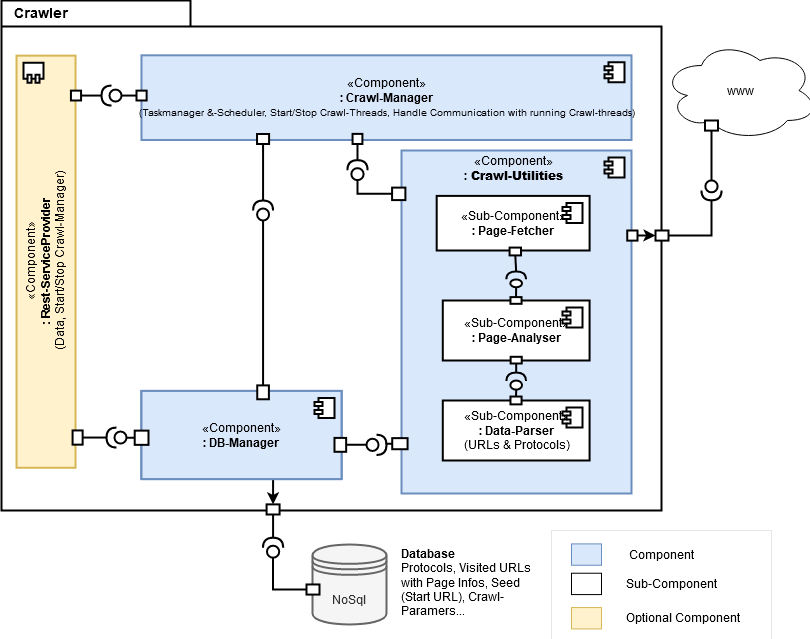
Earlier version of the draw.io export main_document/images/02-Crawler/Crawler-Component-Diagram.png (Sentiments-of-Bundestag/Dokumentation). Source tidied: cells renumbered, new cells last; positions are measured from the earlier drawing's top-left corner, leaving out a move shared by most shapes.
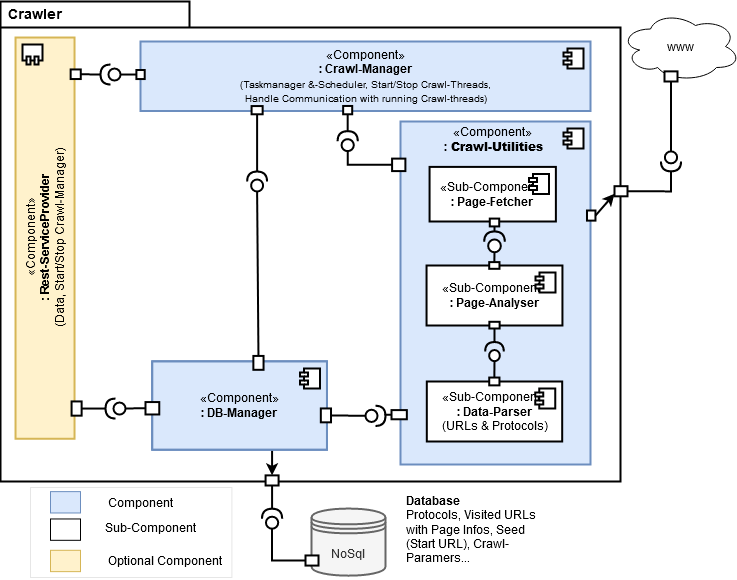
The same diagram one commit later.

The edit, as a diff of the source:
```diff
@@ -5,20 +5,17 @@
     <mxCell id="2" style="group;" parent="1" vertex="1">
       <mxGeometry x="162" y="2" width="923" height="749" as="geometry" />
     </mxCell>
-    <mxCell id="3" value="www" style="ellipse;shape=cloud;whiteSpace=wrap;html=1;" parent="2" vertex="1">
-      <mxGeometry x="661" y="40" width="156" height="100" as="geometry" />
-    </mxCell>
     <mxCell id="4" style="group;strokeWidth=2;" parent="2" vertex="1">
       <mxGeometry width="810" height="749" as="geometry" />
     </mxCell>
     <mxCell id="5" style="shape=folder;fontStyle=1;spacingTop=10;tabWidth=189;tabHeight=26;tabPosition=left;html=1;strokeWidth=2;" parent="4" vertex="1">
-      <mxGeometry width="660" height="510" as="geometry" />
+      <mxGeometry y="30" width="620" height="480" as="geometry" />
     </mxCell>
     <mxCell id="6" value="&lt;font style=&quot;font-size: 14px&quot;&gt;&lt;b&gt;Crawler&lt;/b&gt;&lt;/font&gt;" style="text;html=1;strokeWidth=2;" parent="4" vertex="1">
-      <mxGeometry x="11.4" y="-2" width="98.6" height="23.8" as="geometry" />
+      <mxGeometry x="6.4" y="28" width="98.6" height="23.8" as="geometry" />
     </mxCell>
-    <mxCell id="7" value="«Component»&lt;br&gt;&lt;div&gt;&lt;b&gt;: Crawl-Manager&lt;/b&gt;&lt;b&gt;&lt;br&gt;&lt;/b&gt;&lt;/div&gt;&lt;font style=&quot;font-size: 10px&quot;&gt;(&lt;/font&gt;&lt;font style=&quot;font-size: 10px&quot;&gt;Taskmanager &amp;amp;-Scheduler, Start/Stop Crawl-Threads, Handle Communication with running Crawl-threads)&lt;/font&gt;" style="html=1;fillColor=#dae8fc;strokeColor=#6c8ebf;strokeWidth=2;" parent="4" vertex="1">
-      <mxGeometry x="140" y="54.8" width="490" height="84.7" as="geometry" />
+    <mxCell id="7" value="«Component»&lt;br&gt;&lt;div&gt;&lt;b&gt;: Crawl-Manager&lt;/b&gt;&lt;b&gt;&lt;br&gt;&lt;/b&gt;&lt;/div&gt;&lt;div&gt;&lt;font style=&quot;font-size: 10px&quot;&gt;(&lt;/font&gt;&lt;font style=&quot;font-size: 10px&quot;&gt;Taskmanager &amp;amp;-Scheduler, Start/Stop Crawl-Threads, &lt;br&gt;&lt;/font&gt;&lt;/div&gt;&lt;div&gt;&lt;font style=&quot;font-size: 10px&quot;&gt;Handle Communication with running Crawl-threads)&lt;/font&gt;&lt;/div&gt;" style="html=1;fillColor=#dae8fc;strokeColor=#6c8ebf;strokeWidth=2;" parent="4" vertex="1">
+      <mxGeometry x="140" y="70" width="450" height="69.5" as="geometry" />
     </mxCell>
     <mxCell id="8" style="shape=component;jettyWidth=8;jettyHeight=4;strokeWidth=2;" parent="7" vertex="1">
       <mxGeometry x="1" width="20" height="20" relative="1" as="geometry">
@@ -26,16 +23,16 @@
       </mxGeometry>
     </mxCell>
     <mxCell id="9" style="rounded=0;whiteSpace=wrap;html=1;rotation=180;strokeWidth=2;" parent="7" vertex="1">
-      <mxGeometry x="211.1" y="78.6" width="9.8" height="10.1" as="geometry" />
+      <mxGeometry x="202.7" y="64.5" width="9" height="8.3" as="geometry" />
     </mxCell>
     <mxCell id="10" style="rounded=0;whiteSpace=wrap;html=1;rotation=90;strokeWidth=2;" parent="7" vertex="1">
-      <mxGeometry x="-4.8" y="35.2" width="9.8" height="10.1" as="geometry" />
+      <mxGeometry x="-4.5" y="28.9" width="9" height="8.3" as="geometry" />
     </mxCell>
     <mxCell id="11" style="rounded=0;whiteSpace=wrap;html=1;rotation=180;strokeWidth=2;" parent="7" vertex="1">
-      <mxGeometry x="115.6" y="78.7" width="12.1" height="10" as="geometry" />
+      <mxGeometry x="111.1" y="64.6" width="11.1" height="8.2" as="geometry" />
     </mxCell>
     <mxCell id="12" style="html=1;strokeColor=#6c8ebf;strokeWidth=2;fillColor=#DAE8FC;" parent="4" vertex="1">
-      <mxGeometry x="400" y="150" width="230" height="343" as="geometry" />
+      <mxGeometry x="400" y="150" width="190" height="343" as="geometry" />
     </mxCell>
     <mxCell id="13" style="shape=component;jettyWidth=8;jettyHeight=4;strokeWidth=2;" parent="12" vertex="1">
       <mxGeometry x="1" width="20" height="20" relative="1" as="geometry">
@@ -43,10 +40,10 @@
       </mxGeometry>
     </mxCell>
     <mxCell id="14" value="&lt;div&gt;«Component»&lt;b&gt;&lt;br&gt;&lt;/b&gt;&lt;/div&gt;&lt;div&gt;&lt;b&gt;:&lt;b&gt; Crawl-Utilities&lt;/b&gt;&lt;/b&gt;&lt;/div&gt;" style="text;html=1;strokeColor=none;fillColor=none;align=center;verticalAlign=middle;whiteSpace=wrap;rounded=0;strokeWidth=2;" parent="12" vertex="1">
-      <mxGeometry x="35.2" y="1.5" width="154.6" height="32.7" as="geometry" />
+      <mxGeometry x="29.1" y="1.5" width="127.7" height="32.7" as="geometry" />
     </mxCell>
     <mxCell id="15" value="«Sub-Component»&lt;br&gt;&lt;div&gt;&lt;b&gt;: Page-Analyser&lt;br&gt;&lt;/b&gt;&lt;/div&gt;" style="html=1;strokeWidth=2;fillColor=#FFFFFF;" parent="12" vertex="1">
-      <mxGeometry x="41.3" y="150" width="146.8" height="60" as="geometry" />
+      <mxGeometry x="26.1" y="144" width="135.9" height="60" as="geometry" />
     </mxCell>
     <mxCell id="16" style="shape=component;jettyWidth=8;jettyHeight=4;strokeWidth=2;" parent="15" vertex="1">
       <mxGeometry x="1" width="20" height="20" relative="1" as="geometry">
@@ -54,13 +51,13 @@
       </mxGeometry>
     </mxCell>
     <mxCell id="17" style="rounded=0;whiteSpace=wrap;html=1;rotation=0;strokeWidth=2;" parent="15" vertex="1">
-      <mxGeometry x="67.7" y="-3.4" width="11.1" height="6.7" as="geometry" />
+      <mxGeometry x="62.7" y="-3.4" width="10.3" height="6.7" as="geometry" />
     </mxCell>
     <mxCell id="18" style="rounded=0;whiteSpace=wrap;html=1;rotation=0;strokeWidth=2;" parent="15" vertex="1">
-      <mxGeometry x="67.8" y="56.3" width="11.1" height="6.7" as="geometry" />
+      <mxGeometry x="62.8" y="56.3" width="10.3" height="6.7" as="geometry" />
     </mxCell>
     <mxCell id="19" style="shape=providedRequiredInterface;html=1;verticalLabelPosition=bottom;rotation=-90;strokeWidth=2;" parent="12" vertex="1">
-      <mxGeometry x="106.8" y="119" width="15.8" height="19.7" as="geometry" />
+      <mxGeometry x="83.6" y="110" width="20.8" height="20.7" as="geometry" />
     </mxCell>
     <mxCell id="20" style="endArrow=none;html=1;entryX=1;entryY=0.5;entryDx=0;entryDy=0;entryPerimeter=0;exitX=0.5;exitY=0;exitDx=0;exitDy=0;strokeWidth=2;" parent="12" edge="1" source="24" target="19">
       <mxGeometry relative="1" as="geometry" />
@@ -69,7 +66,7 @@
       <mxGeometry relative="1" as="geometry" />
     </mxCell>
     <mxCell id="22" value="«Sub-Component»&lt;br&gt;&lt;div&gt;&lt;b&gt;: Page-Fetcher&lt;/b&gt;&lt;br&gt;&lt;/div&gt;" style="html=1;strokeWidth=2;" parent="12" vertex="1">
-      <mxGeometry x="35.2" y="45.4" width="152.9" height="54.6" as="geometry" />
+      <mxGeometry x="29.1" y="45.4" width="126.3" height="54.6" as="geometry" />
     </mxCell>
     <mxCell id="23" style="shape=component;jettyWidth=8;jettyHeight=4;strokeWidth=2;" parent="22" vertex="1">
       <mxGeometry x="1" width="20" height="20" relative="1" as="geometry">
@@ -77,10 +74,10 @@
       </mxGeometry>
     </mxCell>
     <mxCell id="24" style="rounded=0;whiteSpace=wrap;html=1;rotation=-180;strokeWidth=2;" parent="22" vertex="1">
-      <mxGeometry x="72.9" y="51.7" width="11.4" height="7.8" as="geometry" />
+      <mxGeometry x="60.2" y="51.7" width="9.4" height="7.8" as="geometry" />
     </mxCell>
     <mxCell id="25" value="«Sub-Component»&lt;br&gt;&lt;div&gt;&lt;b&gt;: Data-Parser&lt;/b&gt;&lt;/div&gt;&lt;div&gt;(URLs &amp;amp; Protocols)&lt;b&gt;&lt;br&gt;&lt;/b&gt;&lt;/div&gt;" style="html=1;strokeWidth=2;" parent="12" vertex="1">
-      <mxGeometry x="41.3" y="250" width="146.8" height="60" as="geometry" />
+      <mxGeometry x="26.3" y="260" width="135.4" height="60" as="geometry" />
     </mxCell>
     <mxCell id="26" style="shape=component;jettyWidth=8;jettyHeight=4;strokeWidth=2;" parent="25" vertex="1">
       <mxGeometry x="1" width="20" height="20" relative="1" as="geometry">
@@ -88,10 +85,10 @@
       </mxGeometry>
     </mxCell>
     <mxCell id="27" style="rounded=0;whiteSpace=wrap;html=1;rotation=0;strokeWidth=2;" parent="25" vertex="1">
-      <mxGeometry x="67.7" y="-4" width="11.1" height="7.8" as="geometry" />
+      <mxGeometry x="62.4" y="-4" width="10.2" height="7.8" as="geometry" />
     </mxCell>
     <mxCell id="28" style="shape=providedRequiredInterface;html=1;verticalLabelPosition=bottom;rotation=-90;strokeWidth=2;" parent="12" vertex="1">
-      <mxGeometry x="106.1" y="220.7" width="17.1" height="19.7" as="geometry" />
+      <mxGeometry x="84.4" y="220.7" width="19.1" height="18.7" as="geometry" />
     </mxCell>
     <mxCell id="29" style="endArrow=none;html=1;entryX=0;entryY=0.5;entryDx=0;entryDy=0;entryPerimeter=0;strokeWidth=2;exitX=0.5;exitY=0;exitDx=0;exitDy=0;" parent="12" edge="1" source="27" target="28">
       <mxGeometry relative="1" as="geometry" />
@@ -100,10 +97,10 @@
       <mxGeometry relative="1" as="geometry" />
     </mxCell>
     <mxCell id="31" style="rounded=0;whiteSpace=wrap;html=1;rotation=-90;strokeWidth=2;" parent="12" vertex="1">
-      <mxGeometry x="-7.1" y="285.5" width="11.1" height="15.3" as="geometry" />
+      <mxGeometry x="-5.9" y="285.5" width="9.2" height="15.3" as="geometry" />
     </mxCell>
     <mxCell id="32" style="rounded=0;whiteSpace=wrap;html=1;strokeWidth=2;" parent="12" vertex="1">
-      <mxGeometry x="225.8" y="80" width="10.2" height="10.1" as="geometry" />
+      <mxGeometry x="186.5" y="89" width="8.5" height="10.1" as="geometry" />
     </mxCell>
     <mxCell id="33" style="group;strokeWidth=2;" parent="4" vertex="1">
       <mxGeometry x="50" y="617.4" width="73" height="81" as="geometry" />
@@ -130,7 +127,7 @@
       <mxGeometry relative="1" as="geometry" />
     </mxCell>
     <mxCell id="41" style="shape=providedRequiredInterface;html=1;verticalLabelPosition=bottom;rotation=-90;strokeWidth=2;" parent="4" vertex="1">
-      <mxGeometry x="346" y="159.5" width="20" height="20.2" as="geometry" />
+      <mxGeometry x="337.2" y="159.5" width="20" height="20.2" as="geometry" />
     </mxCell>
     <mxCell id="42" style="endArrow=none;html=1;entryX=1;entryY=0.5;entryDx=0;entryDy=0;entryPerimeter=0;exitX=0.5;exitY=0;exitDx=0;exitDy=0;strokeWidth=2;" parent="4" edge="1" source="9" target="41">
       <mxGeometry relative="1" as="geometry" />
@@ -139,25 +136,22 @@
       <mxGeometry relative="1" as="geometry" />
     </mxCell>
     <mxCell id="44" style="shape=providedRequiredInterface;html=1;verticalLabelPosition=bottom;rotation=-90;strokeWidth=2;" parent="4" vertex="1">
-      <mxGeometry x="251.6" y="200" width="20" height="20" as="geometry" />
+      <mxGeometry x="246.6" y="200" width="20" height="20" as="geometry" />
     </mxCell>
     <mxCell id="45" style="endArrow=none;html=1;entryX=0;entryY=0.5;entryDx=0;entryDy=0;entryPerimeter=0;exitX=0.5;exitY=0;exitDx=0;exitDy=0;strokeWidth=2;" parent="4" edge="1" source="75" target="44">
       <mxGeometry relative="1" as="geometry" />
     </mxCell>
     <mxCell id="46" value="&lt;div&gt;&lt;b&gt;Database&lt;/b&gt;&lt;/div&gt;Protocols, Visited URLs with Page Infos, Seed (Start URL), Crawl-Paramers..." style="text;html=1;strokeColor=none;fillColor=none;align=left;verticalAlign=middle;whiteSpace=wrap;rounded=0;strokeWidth=2;" parent="4" vertex="1">
-      <mxGeometry x="398" y="537.1" width="152" height="90" as="geometry" />
+      <mxGeometry x="404.5" y="521.2" width="152" height="72.9" as="geometry" />
     </mxCell>
     <mxCell id="47" value="«Component»&lt;br&gt;&lt;div&gt;&lt;b&gt;: Rest-ServiceProvider&lt;/b&gt;&lt;/div&gt;&lt;div&gt;(Data, Start/Stop Crawl-Manager)&lt;b&gt;&lt;br&gt;&lt;/b&gt;&lt;/div&gt;" style="html=1;fillColor=#fff2cc;strokeWidth=2;rotation=-90;strokeColor=#D6B656;" parent="4" vertex="1">
-      <mxGeometry x="-161.5" y="231.7" width="412.1" height="59" as="geometry" />
+      <mxGeometry x="-156.1" y="237.1" width="401.2" height="59" as="geometry" />
     </mxCell>
     <mxCell id="48" style="shape=component;jettyWidth=8;jettyHeight=4;strokeWidth=2;rotation=-90;" parent="47" vertex="1">
       <mxGeometry x="1" width="20" height="20" relative="1" as="geometry">
         <mxPoint x="-27" y="7" as="offset" />
       </mxGeometry>
     </mxCell>
-    <mxCell id="49" style="rounded=0;whiteSpace=wrap;html=1;rotation=90;strokeWidth=2;" parent="47" vertex="1">
-      <mxGeometry x="231.1" y="-141.7" width="9.8" height="10.1" as="geometry" />
-    </mxCell>
     <mxCell id="50" style="endArrow=none;html=1;entryX=0;entryY=0.5;entryDx=0;entryDy=0;entryPerimeter=0;exitX=0.5;exitY=1;exitDx=0;exitDy=0;edgeStyle=orthogonalEdgeStyle;rounded=0;strokeWidth=2;" parent="4" edge="1" source="77" target="54">
       <mxGeometry relative="1" as="geometry" />
     </mxCell>
@@ -165,10 +159,10 @@
       <mxGeometry relative="1" as="geometry" />
     </mxCell>
     <mxCell id="52" value="NoSql" style="shape=datastore;whiteSpace=wrap;html=1;strokeWidth=2;fillColor=#f5f5f5;strokeColor=#666666;fontColor=#333333;" parent="4" vertex="1">
-      <mxGeometry x="311" y="544.1" width="74" height="80" as="geometry" />
+      <mxGeometry x="311" y="537.1" width="74" height="67.1" as="geometry" />
     </mxCell>
     <mxCell id="53" style="shape=providedRequiredInterface;html=1;verticalLabelPosition=bottom;rotation=-180;strokeWidth=2;" parent="4" vertex="1">
-      <mxGeometry x="100" y="85.1" width="20" height="20" as="geometry" />
+      <mxGeometry x="100" y="93" width="20" height="20" as="geometry" />
     </mxCell>
     <mxCell id="54" style="shape=providedRequiredInterface;html=1;verticalLabelPosition=bottom;rotation=-180;strokeWidth=2;" parent="4" vertex="1">
       <mxGeometry x="105" y="427.1" width="20" height="20" as="geometry" />
@@ -186,29 +180,8 @@
       <mxGeometry relative="1" as="geometry" />
     </mxCell>
     <mxCell id="59" style="shape=providedRequiredInterface;html=1;verticalLabelPosition=bottom;rotation=90;strokeWidth=2;" parent="4" vertex="1">
-      <mxGeometry x="700" y="179.8" width="20" height="20.2" as="geometry" />
+      <mxGeometry x="660.5" y="179.8" width="20" height="20.2" as="geometry" />
     </mxCell>
-    <mxCell id="60" style="rounded=0;whiteSpace=wrap;html=1;fontColor=#333333;fillColor=#FFFFFF;strokeColor=#E6E6E6;" parent="4" vertex="1">
-      <mxGeometry x="550" y="530" width="220" height="110" as="geometry" />
-    </mxCell>
-    <mxCell id="61" style="rounded=0;whiteSpace=wrap;html=1;strokeColor=#6C8EBF;fillColor=#DAE8FC;" parent="4" vertex="1">
-      <mxGeometry x="570" y="543.4" width="30" height="21.3" as="geometry" />
-    </mxCell>
-    <mxCell id="62" style="rounded=0;whiteSpace=wrap;html=1;fillColor=#FFFFFF;" parent="4" vertex="1">
-      <mxGeometry x="570" y="572.7" width="30" height="21.3" as="geometry" />
-    </mxCell>
-    <mxCell id="63" style="rounded=0;whiteSpace=wrap;html=1;fillColor=#FFF2CC;strokeColor=#D6B656;" parent="4" vertex="1">
-      <mxGeometry x="570" y="607.1" width="30" height="21.3" as="geometry" />
-    </mxCell>
-    <mxCell id="64" value="Component" style="text;html=1;strokeColor=none;fillColor=none;align=center;verticalAlign=middle;whiteSpace=wrap;rounded=0;" parent="4" vertex="1">
-      <mxGeometry x="610" y="544.1" width="100" height="20" as="geometry" />
-    </mxCell>
-    <mxCell id="65" value="Sub-Component" style="text;html=1;strokeColor=none;fillColor=none;align=center;verticalAlign=middle;whiteSpace=wrap;rounded=0;" parent="4" vertex="1">
-      <mxGeometry x="620" y="572.7" width="100" height="20" as="geometry" />
-    </mxCell>
-    <mxCell id="66" value="Optional Component" style="text;html=1;strokeColor=none;fillColor=none;align=center;verticalAlign=middle;whiteSpace=wrap;rounded=0;" parent="4" vertex="1">
-      <mxGeometry x="617" y="607.1" width="130" height="20" as="geometry" />
-    </mxCell>
     <mxCell id="67" style="rounded=0;whiteSpace=wrap;html=1;strokeWidth=2;" parent="4" vertex="1">
       <mxGeometry x="305" y="584" width="13" height="10.1" as="geometry" />
     </mxCell>
@@ -219,16 +192,16 @@
       <mxGeometry x="265.8" y="462.1" width="11.7" height="10.1" as="geometry" />
     </mxCell>
     <mxCell id="70" style="rounded=0;whiteSpace=wrap;html=1;rotation=-90;strokeWidth=2;" parent="4" vertex="1">
-      <mxGeometry x="391" y="186.7" width="12.5" height="13.3" as="geometry" />
+      <mxGeometry x="392" y="186.7" width="12.5" height="13.3" as="geometry" />
     </mxCell>
     <mxCell id="71" style="group;strokeWidth=2;fillColor=#DAE8FC;strokeColor=#6c8ebf;" parent="4" vertex="1">
-      <mxGeometry x="140" y="390.4" width="200" height="88.1" as="geometry" />
+      <mxGeometry x="151.8" y="390" width="174.7" height="88.1" as="geometry" />
     </mxCell>
     <mxCell id="72" style="group;strokeWidth=2;fillColor=#dae8fc;strokeColor=#6c8ebf;" parent="71" vertex="1">
-      <mxGeometry width="200" height="88.1" as="geometry" />
+      <mxGeometry width="174.7" height="88.1" as="geometry" />
     </mxCell>
     <mxCell id="73" value="«Component»&lt;br&gt;&lt;b&gt;: DB-Manager&lt;br&gt;&lt;/b&gt;" style="html=1;fillColor=#dae8fc;strokeColor=#6c8ebf;strokeWidth=2;" parent="72" vertex="1">
-      <mxGeometry width="200" height="88.1" as="geometry" />
+      <mxGeometry width="174.7" height="88.1" as="geometry" />
     </mxCell>
     <mxCell id="74" style="shape=component;jettyWidth=8;jettyHeight=4;strokeWidth=2;" parent="73" vertex="1">
       <mxGeometry x="1" width="20" height="20" relative="1" as="geometry">
@@ -236,32 +209,58 @@
       </mxGeometry>
     </mxCell>
     <mxCell id="75" style="rounded=0;whiteSpace=wrap;html=1;strokeWidth=2;" parent="73" vertex="1">
-      <mxGeometry x="115.7" y="-5.6" width="11.7" height="13.9" as="geometry" />
+      <mxGeometry x="101.1" y="-5.6" width="10.2" height="13.9" as="geometry" />
     </mxCell>
     <mxCell id="76" style="rounded=0;whiteSpace=wrap;html=1;rotation=180;strokeWidth=2;" parent="73" vertex="1">
-      <mxGeometry x="193" y="47" width="11.7" height="13.9" as="geometry" />
+      <mxGeometry x="168.5" y="47" width="10.2" height="13.9" as="geometry" />
     </mxCell>
     <mxCell id="77" style="rounded=0;whiteSpace=wrap;html=1;rotation=90;strokeWidth=2;" parent="73" vertex="1">
-      <mxGeometry x="-7" y="39.9" width="14.2" height="13.8" as="geometry" />
+      <mxGeometry x="-6.1" y="39.9" width="12.4" height="13.8" as="geometry" />
     </mxCell>
+    <mxCell id="81" style="endArrow=classic;html=1;entryX=0;entryY=0.75;entryDx=0;entryDy=0;exitX=1;exitY=0.5;exitDx=0;exitDy=0;strokeWidth=2;" parent="4" edge="1" source="32" target="80">
+      <mxGeometry relative="1" as="geometry" />
+    </mxCell>
+    <mxCell id="80" style="rounded=0;whiteSpace=wrap;html=1;strokeWidth=2;" parent="4" vertex="1">
+      <mxGeometry x="614" y="214.7" width="13" height="10.1" as="geometry" />
+    </mxCell>
+    <mxCell id="79" style="edgeStyle=orthogonalEdgeStyle;rounded=0;jettySize=auto;html=1;startArrow=none;startFill=0;endArrow=none;endFill=0;strokeWidth=2;entryX=1;entryY=0.5;entryDx=0;entryDy=0;entryPerimeter=0;" parent="4" edge="1" source="80" target="59">
+      <mxGeometry relative="1" as="geometry" />
+    </mxCell>
+    <mxCell id="3" value="www" style="ellipse;shape=cloud;whiteSpace=wrap;html=1;" parent="4" vertex="1">
+      <mxGeometry x="620" y="40" width="120" height="70" as="geometry" />
+    </mxCell>
+    <mxCell id="82" style="rounded=0;whiteSpace=wrap;html=1;strokeWidth=2;" parent="4" vertex="1">
+      <mxGeometry x="664" y="99.9" width="13" height="10.1" as="geometry" />
+    </mxCell>
-    <mxCell id="78" style="edgeStyle=orthogonalEdgeStyle;rounded=0;jettySize=auto;html=1;entryX=0.5;entryY=1;entryDx=0;entryDy=0;startArrow=none;startFill=0;endArrow=none;endFill=0;strokeWidth=2;" parent="2" edge="1" source="59" target="82">
+    <mxCell id="78" style="edgeStyle=orthogonalEdgeStyle;rounded=0;jettySize=auto;html=1;entryX=0.5;entryY=1;entryDx=0;entryDy=0;startArrow=none;startFill=0;endArrow=none;endFill=0;strokeWidth=2;" parent="4" edge="1" source="59" target="82">
       <mxGeometry relative="1" as="geometry" />
     </mxCell>
-    <mxCell id="79" style="edgeStyle=orthogonalEdgeStyle;rounded=0;jettySize=auto;html=1;startArrow=none;startFill=0;endArrow=none;endFill=0;strokeWidth=2;entryX=1;entryY=0.5;entryDx=0;entryDy=0;entryPerimeter=0;" parent="2" edge="1" source="80" target="59">
-      <mxGeometry relative="1" as="geometry" />
-    </mxCell>
-    <mxCell id="80" style="rounded=0;whiteSpace=wrap;html=1;strokeWidth=2;" parent="2" vertex="1">
-      <mxGeometry x="654" y="230" width="13" height="10.1" as="geometry" />
-    </mxCell>
-    <mxCell id="81" style="endArrow=classic;html=1;exitX=1;exitY=0.5;exitDx=0;exitDy=0;strokeWidth=2;entryX=0;entryY=0.5;entryDx=0;entryDy=0;rounded=0;" parent="2" edge="1" source="32" target="80">
-      <mxGeometry relative="1" as="geometry">
-        <Array as="points">
-          <mxPoint x="650" y="235" />
-        </Array>
-      </mxGeometry>
-    </mxCell>
-    <mxCell id="82" style="rounded=0;whiteSpace=wrap;html=1;strokeWidth=2;" parent="2" vertex="1">
-      <mxGeometry x="703.5" y="120" width="13" height="10.1" as="geometry" />
-    </mxCell>
+    <mxCell id="49" style="rounded=0;whiteSpace=wrap;html=1;rotation=90;strokeWidth=2;" parent="4" vertex="1">
+      <mxGeometry x="70.4" y="97.7" width="9.6" height="10.1" as="geometry" />
+    </mxCell>
+    <mxCell id="83" style="group;" parent="4" vertex="1">
+      <mxGeometry x="30" y="516" width="201.4" height="90" as="geometry" />
+    </mxCell>
+    <mxCell id="60" style="rounded=0;whiteSpace=wrap;html=1;fontColor=#333333;fillColor=#FFFFFF;strokeColor=#E6E6E6;" parent="83" vertex="1">
+      <mxGeometry width="201.4" height="90" as="geometry" />
+    </mxCell>
+    <mxCell id="61" style="rounded=0;whiteSpace=wrap;html=1;strokeColor=#6C8EBF;fillColor=#DAE8FC;" parent="83" vertex="1">
+      <mxGeometry x="20" y="4.1" width="30" height="21.3" as="geometry" />
+    </mxCell>
+    <mxCell id="62" style="rounded=0;whiteSpace=wrap;html=1;fillColor=#FFFFFF;" parent="83" vertex="1">
+      <mxGeometry x="20" y="31.5" width="30" height="21.3" as="geometry" />
+    </mxCell>
+    <mxCell id="63" style="rounded=0;whiteSpace=wrap;html=1;fillColor=#FFF2CC;strokeColor=#D6B656;" parent="83" vertex="1">
+      <mxGeometry x="20" y="62.8" width="30" height="21.3" as="geometry" />
+    </mxCell>
+    <mxCell id="64" value="Component" style="text;html=1;strokeColor=none;fillColor=none;align=center;verticalAlign=middle;whiteSpace=wrap;rounded=0;" parent="83" vertex="1">
+      <mxGeometry x="60" y="4.8" width="100" height="20" as="geometry" />
+    </mxCell>
+    <mxCell id="65" value="Sub-Component" style="text;html=1;strokeColor=none;fillColor=none;align=center;verticalAlign=middle;whiteSpace=wrap;rounded=0;" parent="83" vertex="1">
+      <mxGeometry x="70" y="30.5" width="100" height="20" as="geometry" />
+    </mxCell>
+    <mxCell id="66" value="Optional Component" style="text;html=1;strokeColor=none;fillColor=none;align=center;verticalAlign=middle;whiteSpace=wrap;rounded=0;" parent="83" vertex="1">
+      <mxGeometry x="70" y="62.8" width="130" height="20" as="geometry" />
+    </mxCell>
   </root>
 </mxGraphModel>
```
